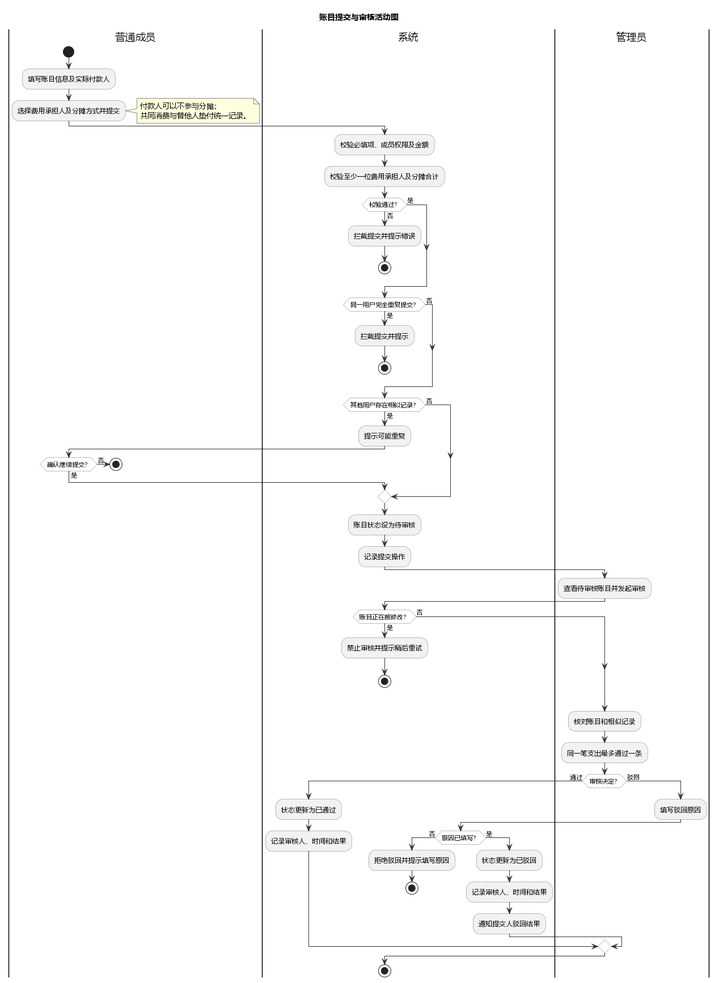
The PlantUML diagram lab3/UML/UML活动图.png in mengluoxingchen/SoftwareProject-lab1, before a commit. Its diagram source:
```plantuml
@startuml
skinparam backgroundColor white
skinparam shadowing false
skinparam defaultFontName Microsoft YaHei
skinparam activityBackgroundColor #F2F2F2
skinparam activityBorderColor #777777
skinparam ArrowColor #333333
skinparam activityDiamondBackgroundColor #FFFFFF
skinparam activityDiamondBorderColor #777777
title 账目提交与审核活动图
|普通成员|
start
:填写账目信息及实际付款人;
:选择费用承担人及分摊方式并提交;
note right
  付款人可以不参与分摊；
  共同消费与替他人垫付统一记录。
end note
|系统|
:校验必填项、成员权限及金额;
:校验至少一位费用承担人及分摊合计;
if (校验通过？) then (否)
  :拦截提交并提示错误;
  stop
else (是)
endif
if (同一用户完全重复提交？) then (是)
  :拦截提交并提示;
  stop
else (否)
endif
if (其他用户存在相似记录？) then (是)
  :提示可能重复;
  |普通成员|
  if (确认继续提交？) then (否)
    stop
  else (是)
  endif
  |系统|
else (否)
endif
:账目状态设为待审核;
:记录提交操作;
|管理员|
:查看待审核账目并发起审核;
|系统|
if (账目正在被修改？) then (是)
  :禁止审核并提示稍后重试;
  stop
else (否)
endif
|管理员|
:核对账目和相似记录;
:同一笔支出最多通过一条;
if (审核决定？) then (通过)
  |系统|
  :状态更新为已通过;
  :记录审核人、时间和结果;
else (驳回)
  |管理员|
  :填写驳回原因;
  |系统|
  if (原因已填写？) then (否)
    :拒绝驳回并提示填写原因;
    stop
  else (是)
    :状态更新为已驳回;
    :记录审核人、时间和结果;
    :通知提交人驳回结果;
  endif
endif
stop
@enduml
```
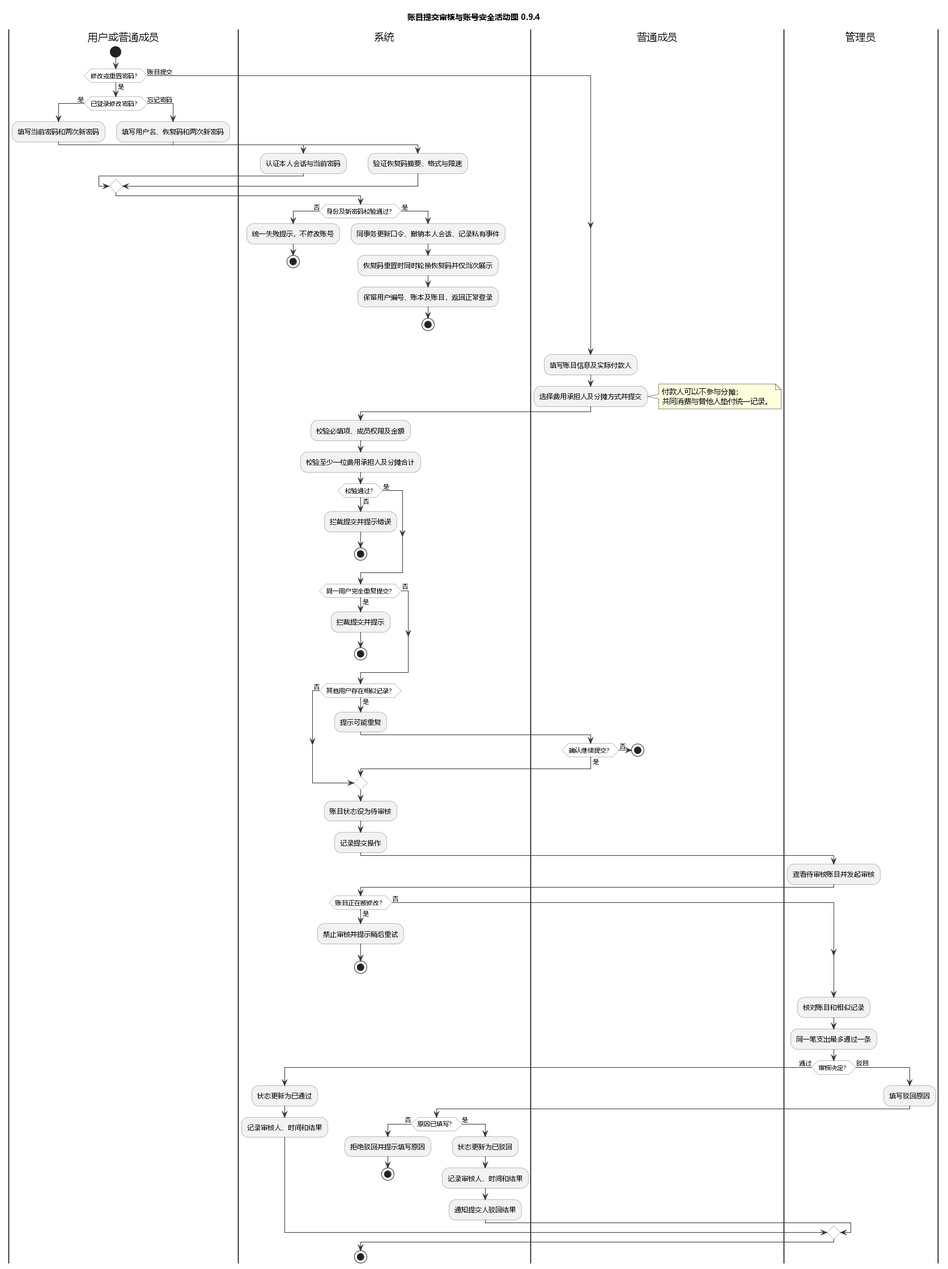
Above is the later version.

Change to the diagram source:
```diff
@@ -7,9 +7,32 @@
 skinparam ArrowColor #333333
 skinparam activityDiamondBackgroundColor #FFFFFF
 skinparam activityDiamondBorderColor #777777
-title 账目提交与审核活动图
+title 账目提交审核与账号安全活动图 0.9.4
+|用户或普通成员|
+start
+if (修改或重置密码？) then (是)
+  if (已登录修改密码？) then (是)
+    :填写当前密码和两次新密码;
+    |系统|
+    :认证本人会话与当前密码;
+  else (忘记密码)
+    |用户或普通成员|
+    :填写用户名、恢复码和两次新密码;
+    |系统|
+    :验证恢复码摘要、格式与限速;
+  endif
+  if (身份及新密码校验通过？) then (否)
+    :统一失败提示，不修改账号;
+    stop
+  else (是)
+    :同事务更新口令、撤销本人会话、记录私有事件;
+    :恢复码重置时同时轮换恢复码并仅当次展示;
+    :保留用户编号、账本及账目，返回正常登录;
+    stop
+  endif
+else (账目提交)
+endif
 |普通成员|
-start
 :填写账目信息及实际付款人;
 :选择费用承担人及分摊方式并提交;
 note right
```
